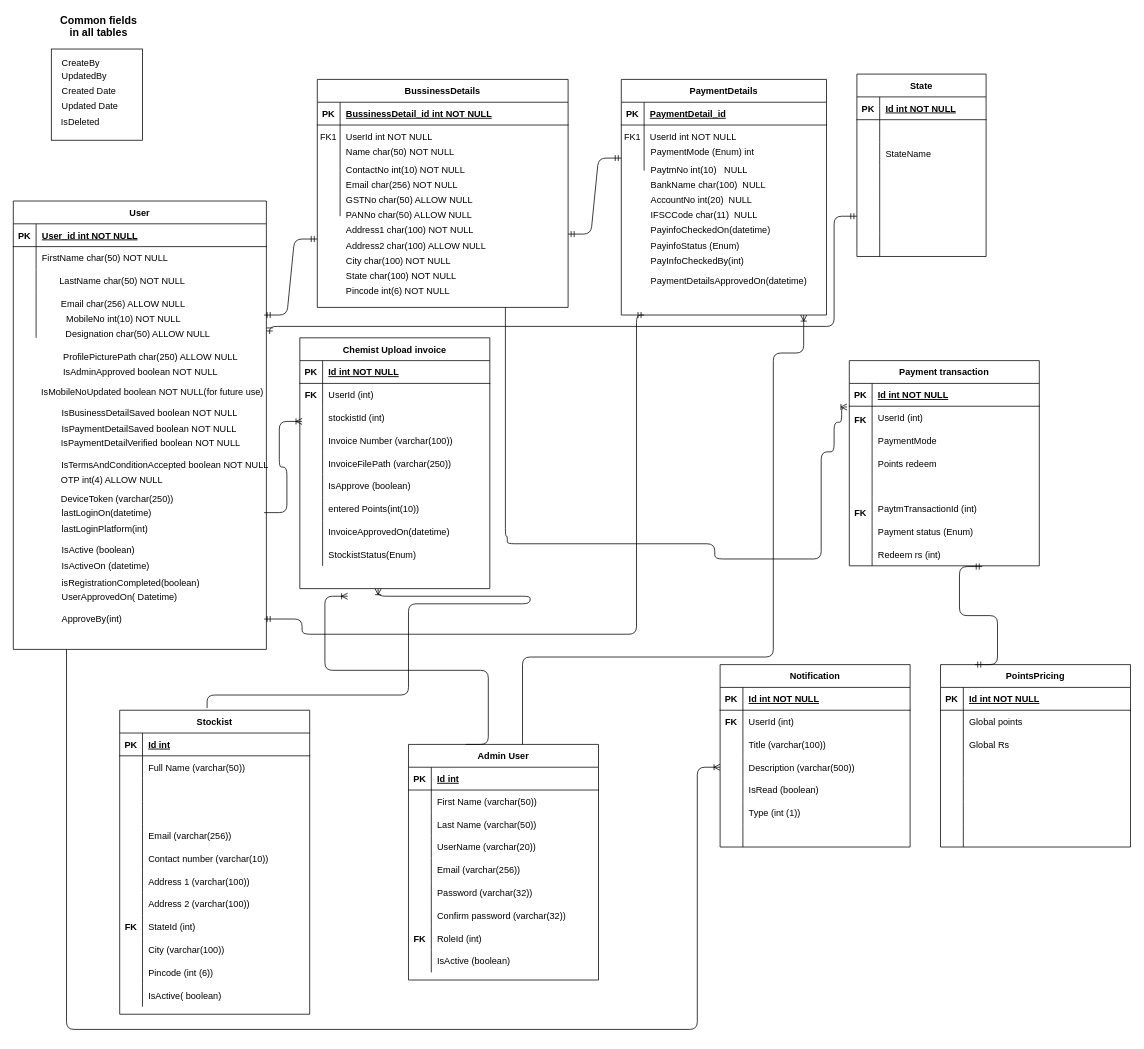
Before: ProfitorERD.drawio in NirikshaSoni/TestProject, a draw.io diagram. Source tidied: cells renumbered, new cells numbered last; positions are measured from the earlier drawing's top-left corner, leaving out a move shared by most shapes. Both pictures are drawn from the tidied source at 76%, with x=0, y=0 at pixel (13, 18).
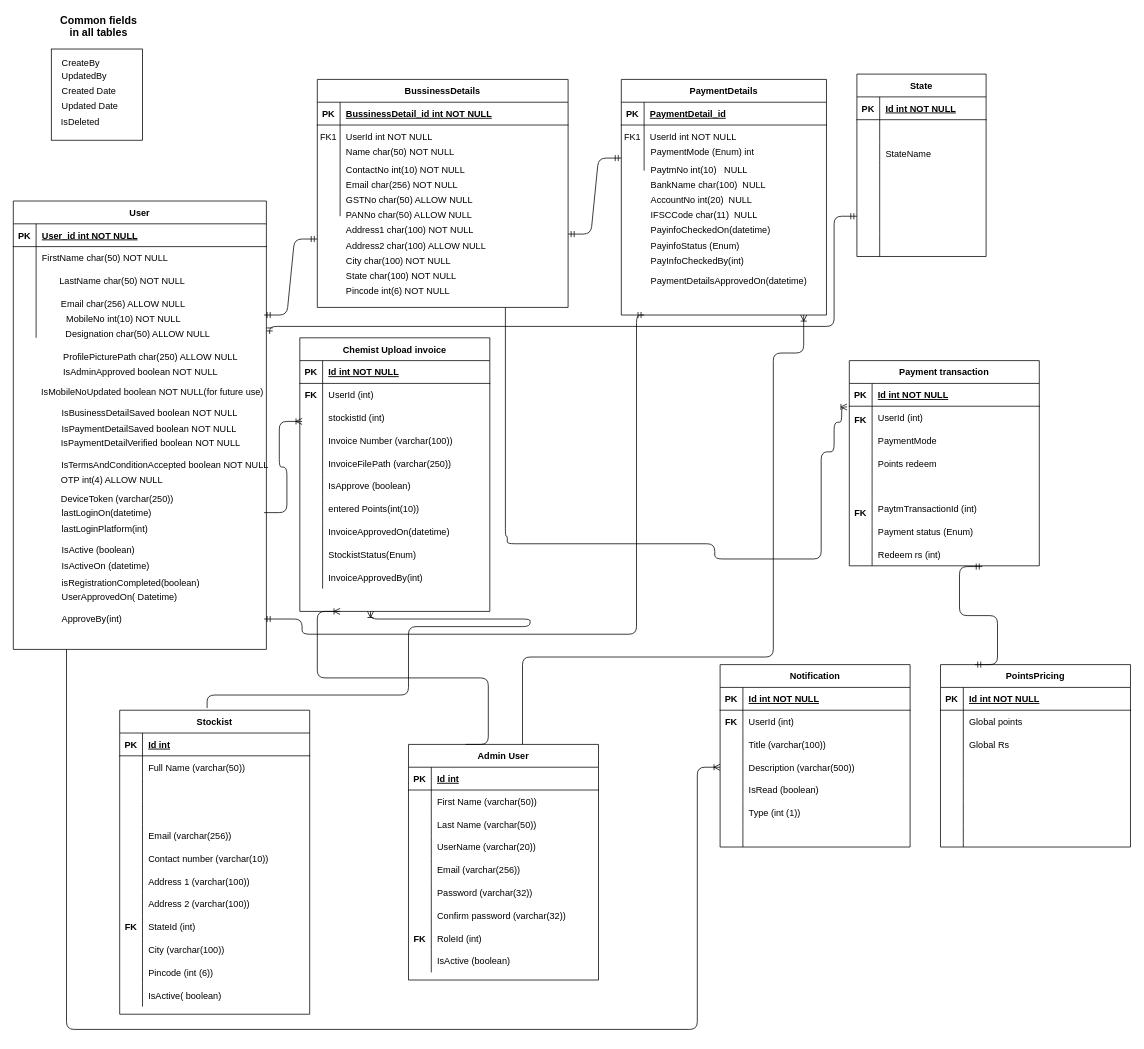
The same page after the edit.

Unchanged cells that the change refers to:
```xml
<mxCell id="61" value="Stockist" style="shape=table;startSize=30;childLayout=tableLayout;rowLines=0;fontStyle=1;align=center;" parent="1" vertex="1">
  <mxGeometry x="140" y="910" width="250" height="400" as="geometry" />
</mxCell>
```

Change to the diagram source:
```diff
@@
     <mxCell id="31" value="Chemist Upload invoice" style="shape=table;startSize=30;childLayout=tableLayout;rowLines=0;fontStyle=1;align=center;" parent="1" vertex="1">
-      <mxGeometry x="377" y="420" width="250" height="330" as="geometry" />
+      <mxGeometry x="377" y="420" width="250" height="360" as="geometry" />
     </mxCell>
@@
+    <mxCell id="291" style="shape=partialRectangle;fillColor=none;top=0;left=0;right=0;bottom=0;" parent="31" vertex="1">
+      <mxGeometry y="300" width="250" height="30" as="geometry" />
+    </mxCell>
+    <mxCell id="292" style="shape=partialRectangle;overflow=hidden;fillColor=none;top=0;left=0;bottom=0;right=0;" parent="291" vertex="1">
+      <mxGeometry width="30" height="30" as="geometry" />
+    </mxCell>
+    <mxCell id="293" value="InvoiceApprovedBy(int)" style="shape=partialRectangle;overflow=hidden;fillColor=none;top=0;left=0;bottom=0;right=0;align=left;spacingLeft=6;" parent="291" vertex="1">
+      <mxGeometry x="30" width="220" height="30" as="geometry" />
+    </mxCell>
@@
     <mxCell id="249" style="edgeStyle=orthogonalEdgeStyle;fontSize=12;html=1;endArrow=ERoneToMany;exitX=0.46;exitY=-0.007;exitDx=0;exitDy=0;exitPerimeter=0;" parent="1" edge="1" source="61">
       <mxGeometry relative="1" as="geometry">
-        <mxPoint x="480" y="750" as="targetPoint" />
+        <mxPoint x="470" y="780" as="targetPoint" />
         <Array as="points">
           <mxPoint x="255" y="890" />
           <mxPoint x="520" y="890" />
-          <mxPoint x="520" y="770" />
-          <mxPoint x="680" y="770" />
-          <mxPoint x="680" y="760" />
+          <mxPoint x="520" y="800" />
+          <mxPoint x="680" y="800" />
+          <mxPoint x="680" y="790" />
         </Array>
       </mxGeometry>
     </mxCell>
@@
     <mxCell id="264" style="edgeStyle=entityRelationEdgeStyle;fontSize=12;html=1;endArrow=ERoneToMany;" parent="1" edge="1">
       <mxGeometry relative="1" as="geometry">
         <mxPoint x="595" y="955" as="sourcePoint" />
-        <mxPoint x="440" y="760" as="targetPoint" />
+        <mxPoint x="430" y="780" as="targetPoint" />
       </mxGeometry>
     </mxCell>
```
